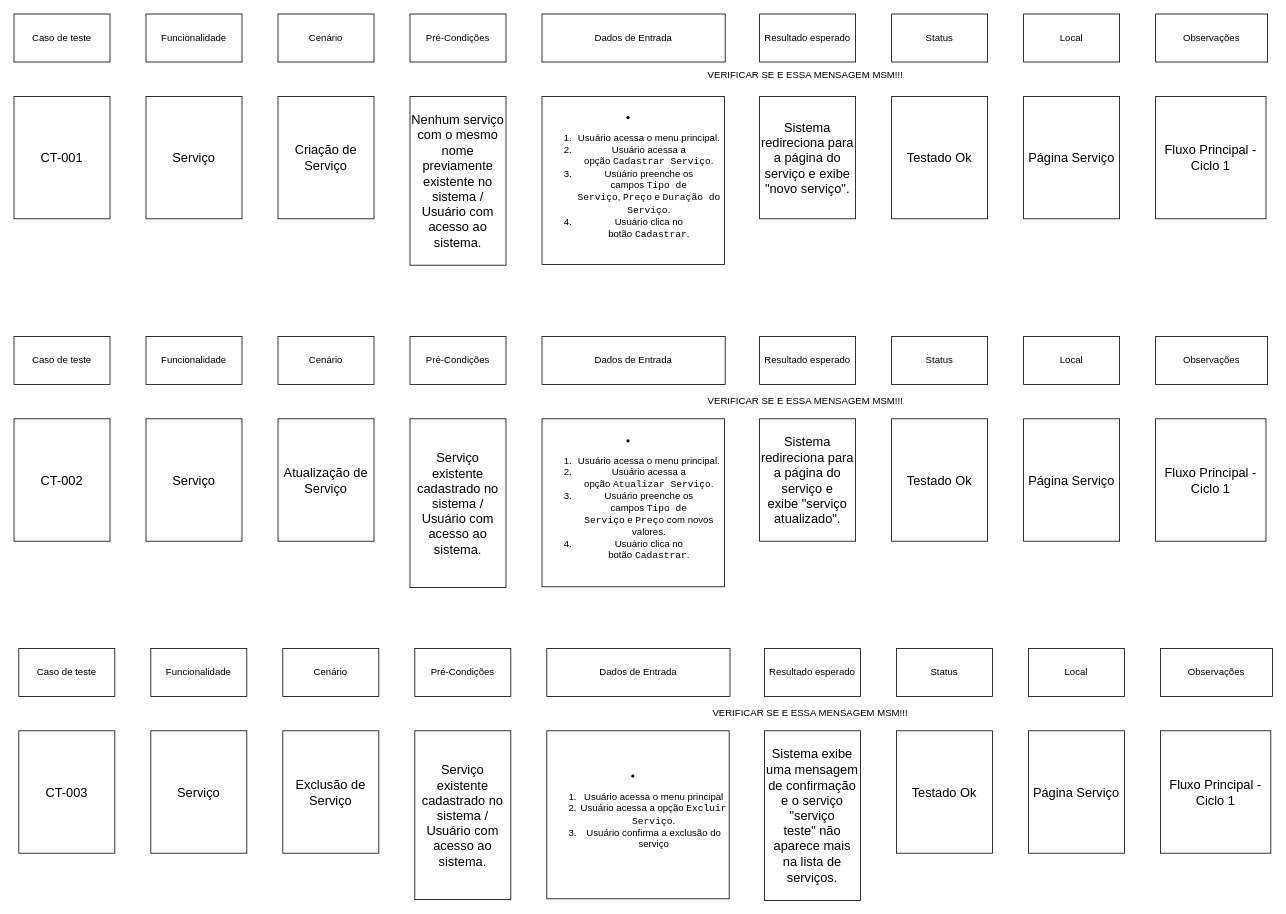
The draw.io diagram Requisitos/Untitled Diagram.drawio in Bernardo-Bertante/ProjetoPetShop, before the edit. Source tidied: cells renumbered, new cells numbered last; positions are measured from the earlier drawing's top-left corner, leaving out a move shared by most shapes. Both pictures are drawn from the tidied source at 80%, with x=0, y=0 at pixel (14, 14).
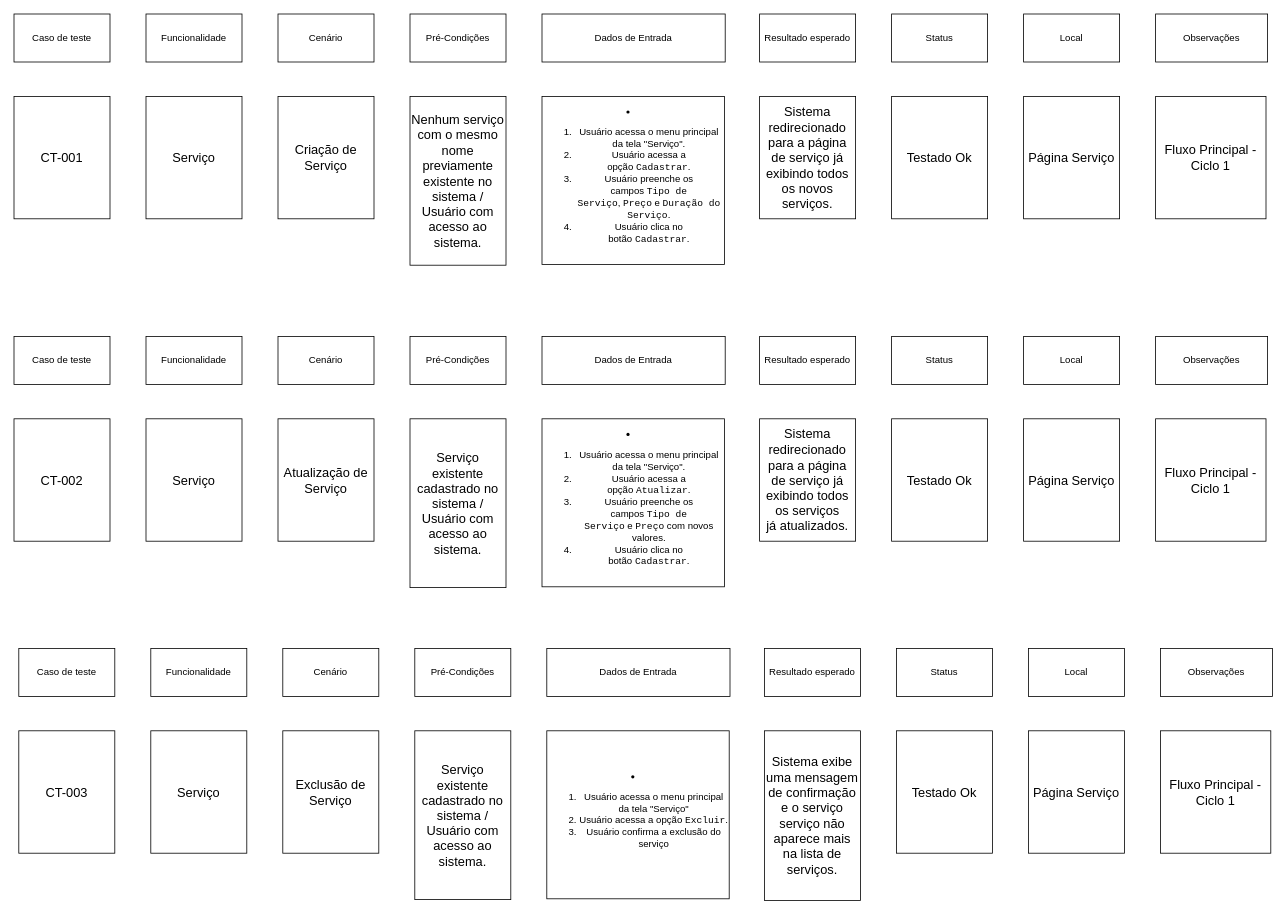
The same diagram, later.

Change to the diagram source:
```diff
@@
-    <mxCell id="15" value="&lt;li&gt;&lt;ol&gt;&lt;li&gt;Usuário acessa o menu principal.&lt;/li&gt;&lt;li&gt;Usuário acessa a opção&amp;nbsp;&lt;code&gt;Cadastrar Serviço&lt;/code&gt;.&lt;/li&gt;&lt;li&gt;Usuário preenche os campos&amp;nbsp;&lt;code&gt;Tipo de Serviço&lt;/code&gt;,&amp;nbsp;&lt;code&gt;Preço&lt;/code&gt;&amp;nbsp;e&amp;nbsp;&lt;code&gt;Duração do Serviço&lt;/code&gt;.&lt;/li&gt;&lt;li&gt;Usuário clica no botão&amp;nbsp;&lt;code&gt;Cadastrar&lt;/code&gt;.&lt;/li&gt;&lt;/ol&gt;&lt;/li&gt;" style="rounded=0;whiteSpace=wrap;html=1;" parent="1" vertex="1">
+    <mxCell id="15" value="&lt;li&gt;&lt;ol&gt;&lt;li&gt;Usuário acessa o menu principal da tela &quot;Serviço&quot;.&lt;/li&gt;&lt;li&gt;Usuário acessa a opção&amp;nbsp;&lt;code&gt;Cadastrar&lt;/code&gt;.&lt;/li&gt;&lt;li&gt;Usuário preenche os campos&amp;nbsp;&lt;code&gt;Tipo de Serviço&lt;/code&gt;,&amp;nbsp;&lt;code&gt;Preço&lt;/code&gt;&amp;nbsp;e&amp;nbsp;&lt;code&gt;Duração do Serviço&lt;/code&gt;.&lt;/li&gt;&lt;li&gt;Usuário clica no botão&amp;nbsp;&lt;code&gt;Cadastrar&lt;/code&gt;.&lt;/li&gt;&lt;/ol&gt;&lt;/li&gt;" style="rounded=0;whiteSpace=wrap;html=1;" parent="1" vertex="1">
       <mxGeometry x="660" y="103" width="228" height="210" as="geometry" />
     </mxCell>
-    <mxCell id="16" value="&lt;span style=&quot;text-align: start; font-size: medium;&quot;&gt;Sistema redireciona para a página do serviço e exibe &quot;novo serviço&quot;&lt;/span&gt;&lt;span style=&quot;text-align: start; font-size: medium;&quot;&gt;.&lt;/span&gt;" style="rounded=0;whiteSpace=wrap;html=1;" parent="1" vertex="1">
+    <mxCell id="16" value="&lt;span style=&quot;text-align: start; font-size: medium;&quot;&gt;Sistema redirecionado para a página de serviço já exibindo todos os novos serviços&lt;/span&gt;&lt;span style=&quot;text-align: start; font-size: medium;&quot;&gt;.&lt;/span&gt;" style="rounded=0;whiteSpace=wrap;html=1;" parent="1" vertex="1">
       <mxGeometry x="932" y="103" width="120" height="153" as="geometry" />
     </mxCell>
@@
-    <mxCell id="33" value="&lt;li&gt;&lt;ol&gt;&lt;li&gt;Usuário acessa o menu principal.&lt;/li&gt;&lt;li&gt;Usuário acessa a opção&amp;nbsp;&lt;code&gt;Atualizar Serviço&lt;/code&gt;.&lt;/li&gt;&lt;li&gt;Usuário preenche os campos&amp;nbsp;&lt;code&gt;Tipo de Serviço&lt;/code&gt;&amp;nbsp;e&amp;nbsp;&lt;code&gt;Preço&lt;/code&gt;&amp;nbsp;com novos valores.&lt;/li&gt;&lt;li&gt;Usuário clica no botão&amp;nbsp;&lt;code&gt;Cadastrar&lt;/code&gt;.&lt;/li&gt;&lt;/ol&gt;&lt;/li&gt;" style="rounded=0;whiteSpace=wrap;html=1;" parent="1" vertex="1">
+    <mxCell id="33" value="&lt;li&gt;&lt;ol&gt;&lt;li&gt;Usuário acessa o menu principal da tela &quot;Serviço&quot;.&lt;/li&gt;&lt;li&gt;Usuário acessa a opção&amp;nbsp;&lt;code&gt;Atualizar&lt;/code&gt;.&lt;/li&gt;&lt;li&gt;Usuário preenche os campos&amp;nbsp;&lt;code&gt;Tipo de Serviço&lt;/code&gt;&amp;nbsp;e&amp;nbsp;&lt;code&gt;Preço&lt;/code&gt;&amp;nbsp;com novos valores.&lt;/li&gt;&lt;li&gt;Usuário clica no botão&amp;nbsp;&lt;code&gt;Cadastrar&lt;/code&gt;.&lt;/li&gt;&lt;/ol&gt;&lt;/li&gt;" style="rounded=0;whiteSpace=wrap;html=1;" parent="1" vertex="1">
       <mxGeometry x="660" y="506" width="228" height="210" as="geometry" />
     </mxCell>
-    <mxCell id="34" value="&lt;span style=&quot;text-align: start; font-size: medium;&quot;&gt;Sistema redireciona para a página do serviço e exibe&lt;/span&gt;&lt;span style=&quot;text-align: start; font-size: medium;&quot;&gt;&amp;nbsp;&quot;serviço atualizado&quot;&lt;/span&gt;&lt;span style=&quot;text-align: start; font-size: medium;&quot;&gt;.&lt;/span&gt;" style="rounded=0;whiteSpace=wrap;html=1;" parent="1" vertex="1">
+    <mxCell id="34" value="&lt;span style=&quot;text-align: start; font-size: medium;&quot;&gt;Sistema redirecionado para a página de serviço já exibindo todos os serviços já&amp;nbsp;&lt;/span&gt;&lt;span style=&quot;text-align: start;&quot;&gt;&lt;font size=&quot;3&quot;&gt;atualizados.&lt;/font&gt;&lt;/span&gt;" style="rounded=0;whiteSpace=wrap;html=1;" parent="1" vertex="1">
       <mxGeometry x="932" y="506" width="120" height="153" as="geometry" />
     </mxCell>
@@
-    <mxCell id="38" value="VERIFICAR SE E ESSA MENSAGEM MSM!!!" style="text;html=1;align=center;verticalAlign=middle;strokeColor=none;fillColor=none;" parent="1" vertex="1">
-      <mxGeometry x="858" y="471" width="262" height="26" as="geometry" />
-    </mxCell>
@@
-    <mxCell id="52" value="&lt;li&gt;&lt;ol&gt;&lt;li&gt;Usuário acessa o menu principal&lt;/li&gt;&lt;li&gt;Usuário acessa a opção&amp;nbsp;&lt;code&gt;Excluir Serviço&lt;/code&gt;.&lt;/li&gt;&lt;li&gt;Usuário confirma a exclusão do serviço&lt;/li&gt;&lt;/ol&gt;&lt;/li&gt;" style="rounded=0;whiteSpace=wrap;html=1;" parent="1" vertex="1">
+    <mxCell id="52" value="&lt;li&gt;&lt;ol&gt;&lt;li&gt;Usuário acessa o menu principal da tela &quot;Serviço&quot;&lt;/li&gt;&lt;li&gt;Usuário acessa a opção&amp;nbsp;&lt;code&gt;Excluir&lt;/code&gt;.&lt;/li&gt;&lt;li&gt;Usuário confirma a exclusão do serviço&lt;/li&gt;&lt;/ol&gt;&lt;/li&gt;" style="rounded=0;whiteSpace=wrap;html=1;" parent="1" vertex="1">
       <mxGeometry x="666" y="896" width="228" height="210" as="geometry" />
     </mxCell>
-    <mxCell id="53" value="&lt;span style=&quot;text-align: start; font-size: medium;&quot;&gt;Sistema exibe uma mensagem de confirmação e o serviço &quot;serviço teste&quot;&lt;/span&gt;&lt;span style=&quot;text-align: start; font-size: medium;&quot;&gt;&amp;nbsp;não aparece mais na lista de serviços.&lt;/span&gt;" style="rounded=0;whiteSpace=wrap;html=1;" parent="1" vertex="1">
+    <mxCell id="53" value="&lt;span style=&quot;text-align: start; font-size: medium;&quot;&gt;Sistema exibe uma mensagem de confirmação e o serviço serviço&lt;/span&gt;&lt;span style=&quot;text-align: start; font-size: medium;&quot;&gt;&amp;nbsp;não aparece mais na lista de serviços.&lt;/span&gt;" style="rounded=0;whiteSpace=wrap;html=1;" parent="1" vertex="1">
       <mxGeometry x="938" y="896" width="120" height="212" as="geometry" />
     </mxCell>
@@
-    <mxCell id="57" value="VERIFICAR SE E ESSA MENSAGEM MSM!!!" style="text;html=1;align=center;verticalAlign=middle;strokeColor=none;fillColor=none;" parent="1" vertex="1">
-      <mxGeometry x="864" y="861" width="262" height="26" as="geometry" />
-    </mxCell>
-    <mxCell id="58" value="VERIFICAR SE E ESSA MENSAGEM MSM!!!" style="text;html=1;align=center;verticalAlign=middle;strokeColor=none;fillColor=none;" parent="1" vertex="1">
-      <mxGeometry x="858" y="64" width="262" height="26" as="geometry" />
-    </mxCell>
```
